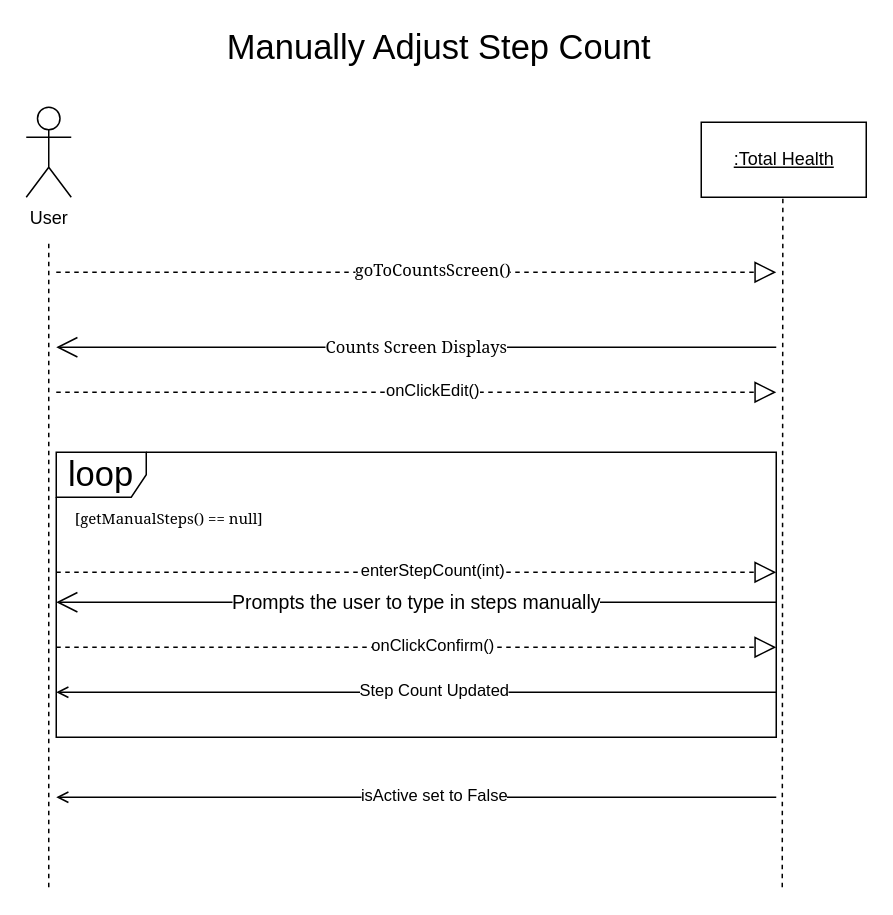
Before: SSD - Manually Adjust Step Count.drawio in Esaied19/Team-Albatross, a draw.io diagram. Source tidied: cells renumbered, new cells numbered last; positions are measured from the earlier drawing's top-left corner, leaving out a move shared by most shapes. Both pictures are drawn from the tidied source at 150%, with x=0, y=0 at pixel (26, 32).
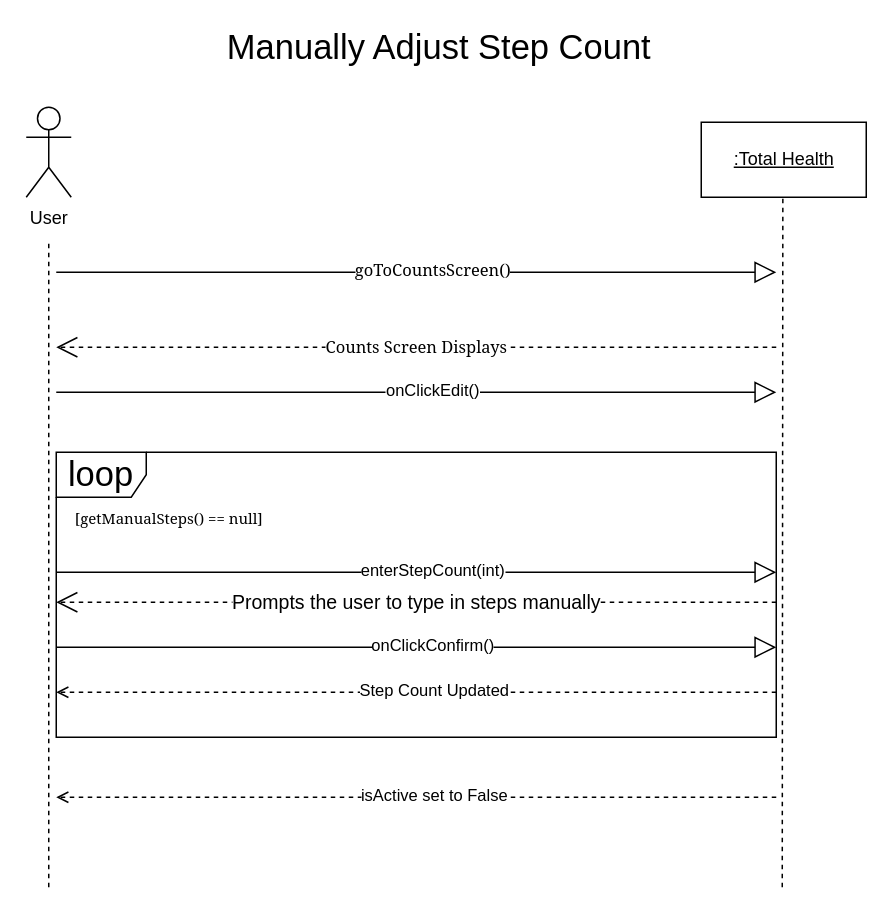
Above is the later version.

The edit, as a diff of the source:
```diff
@@
-    <mxCell id="7" value="&lt;font face=&quot;Georgia&quot;&gt;Counts Screen Displays&lt;br&gt;&lt;/font&gt;" style="endArrow=open;endFill=1;endSize=12;html=1;rounded=0;" parent="1" edge="1">
+    <mxCell id="7" value="&lt;font face=&quot;Georgia&quot;&gt;Counts Screen Displays&lt;br&gt;&lt;/font&gt;" style="endArrow=open;endFill=1;endSize=12;html=1;rounded=0;dashed=1;" parent="1" edge="1">
       <mxGeometry relative="1" as="geometry">
         <mxPoint x="500" y="210" as="sourcePoint" />
         <mxPoint x="20" y="210" as="targetPoint" />
       </mxGeometry>
     </mxCell>
-    <mxCell id="8" style="endArrow=block;dashed=1;endFill=0;endSize=12;html=1;rounded=0;" parent="1" edge="1">
+    <mxCell id="8" style="endArrow=block;endFill=0;endSize=12;html=1;rounded=0;" parent="1" edge="1">
       <mxGeometry relative="1" as="geometry">
         <mxPoint x="20" y="160" as="sourcePoint" />
         <mxPoint x="500" y="160" as="targetPoint" />
       </mxGeometry>
     </mxCell>
@@
-    <mxCell id="10" style="endArrow=block;dashed=1;endFill=0;endSize=12;html=1;rounded=0;" parent="1" edge="1">
+    <mxCell id="10" style="endArrow=block;endFill=0;endSize=12;html=1;rounded=0;" parent="1" edge="1">
       <mxGeometry relative="1" as="geometry">
         <mxPoint x="20" y="240" as="sourcePoint" />
         <mxPoint x="500" y="240" as="targetPoint" />
       </mxGeometry>
     </mxCell>
@@
-    <mxCell id="12" value="&lt;span style=&quot;font-size: 13px ; color: #000000 ; font-weight: normal ; text-decoration: none ; font-family: &amp;#34;arial&amp;#34; ; font-style: normal&quot;&gt;Prompts the user to type in steps manually&lt;/span&gt;" style="endArrow=open;endFill=1;endSize=12;html=1;rounded=0;" parent="1" edge="1">
+    <mxCell id="12" value="&lt;span style=&quot;font-size: 13px ; color: #000000 ; font-weight: normal ; text-decoration: none ; font-family: &amp;#34;arial&amp;#34; ; font-style: normal&quot;&gt;Prompts the user to type in steps manually&lt;/span&gt;" style="endArrow=open;endFill=1;endSize=12;html=1;rounded=0;dashed=1;" parent="1" edge="1">
       <mxGeometry relative="1" as="geometry">
         <mxPoint x="500" y="380" as="sourcePoint" />
         <mxPoint x="20" y="380" as="targetPoint" />
       </mxGeometry>
     </mxCell>
-    <mxCell id="13" style="endArrow=block;dashed=1;endFill=0;endSize=12;html=1;rounded=0;" parent="1" edge="1">
+    <mxCell id="13" style="endArrow=block;endFill=0;endSize=12;html=1;rounded=0;" parent="1" edge="1">
       <mxGeometry relative="1" as="geometry">
         <mxPoint x="20" y="360" as="sourcePoint" />
         <mxPoint x="500" y="360" as="targetPoint" />
       </mxGeometry>
     </mxCell>
@@
-    <mxCell id="15" style="endArrow=open;html=1;rounded=0;fontFamily=Georgia;endFill=0;strokeWidth=1;" parent="1" edge="1">
+    <mxCell id="15" style="endArrow=open;html=1;rounded=0;fontFamily=Georgia;endFill=0;strokeWidth=1;dashed=1;" parent="1" edge="1">
       <mxGeometry relative="1" as="geometry">
         <mxPoint x="500" y="440" as="sourcePoint" />
         <mxPoint x="20" y="440" as="targetPoint" />
       </mxGeometry>
     </mxCell>
@@
-    <mxCell id="17" style="endArrow=block;dashed=1;endFill=0;endSize=12;html=1;rounded=0;" parent="1" edge="1">
+    <mxCell id="17" style="endArrow=block;endFill=0;endSize=12;html=1;rounded=0;" parent="1" edge="1">
       <mxGeometry relative="1" as="geometry">
         <mxPoint x="20" y="410" as="sourcePoint" />
         <mxPoint x="500" y="410" as="targetPoint" />
       </mxGeometry>
     </mxCell>
@@
-    <mxCell id="21" style="endArrow=open;html=1;rounded=0;fontFamily=Georgia;endFill=0;strokeWidth=1;" parent="1" edge="1">
+    <mxCell id="21" style="endArrow=open;html=1;rounded=0;fontFamily=Georgia;endFill=0;strokeWidth=1;dashed=1;" parent="1" edge="1">
       <mxGeometry relative="1" as="geometry">
         <mxPoint x="500" y="510" as="sourcePoint" />
         <mxPoint x="20" y="510" as="targetPoint" />
       </mxGeometry>
     </mxCell>
```
